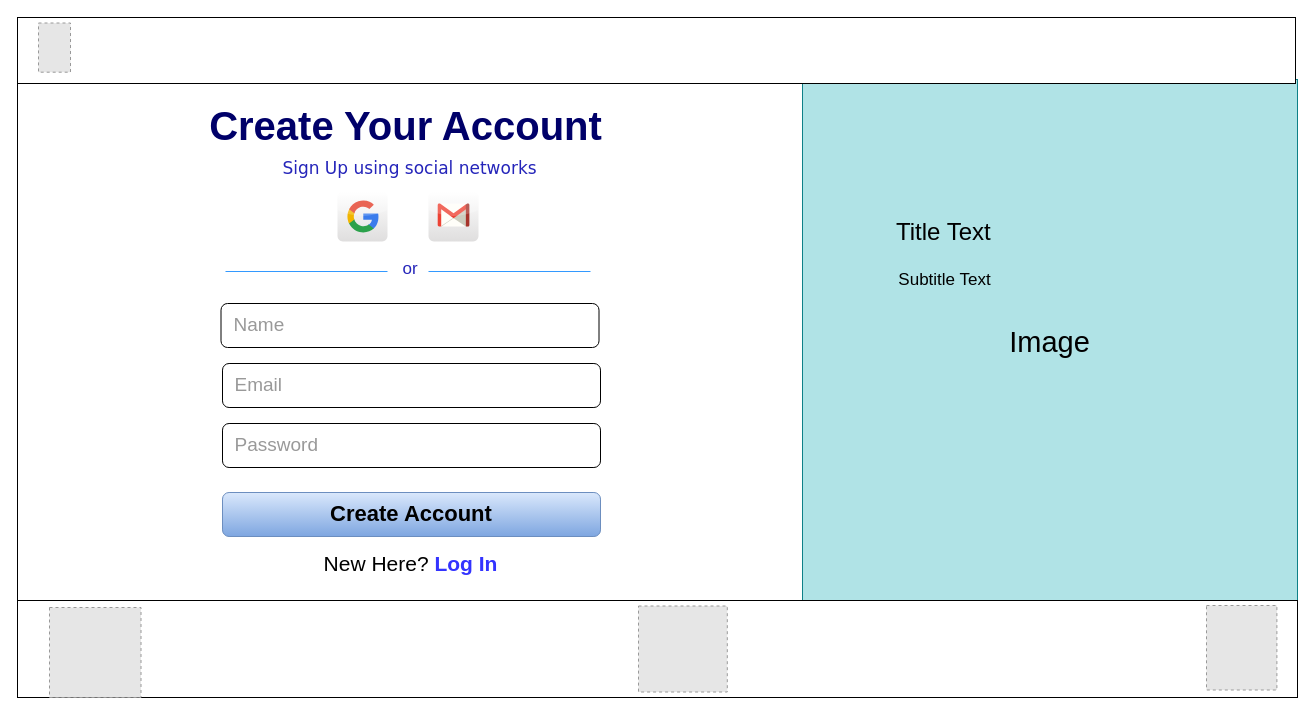
Above: page "Register" (1 of 6) of Wireframes.drawio in ayushi1719/ecommerce (draw.io), before the change. Source tidied: cells renumbered, new cells numbered last; positions are measured from the earlier drawing's top-left corner, leaving out a move shared by most shapes. Both pictures are drawn from the tidied source at 100%, with x=0, y=0 at pixel (17, 17). Pictures stored in the file or linked from it are replaced by grey dashed boxes.
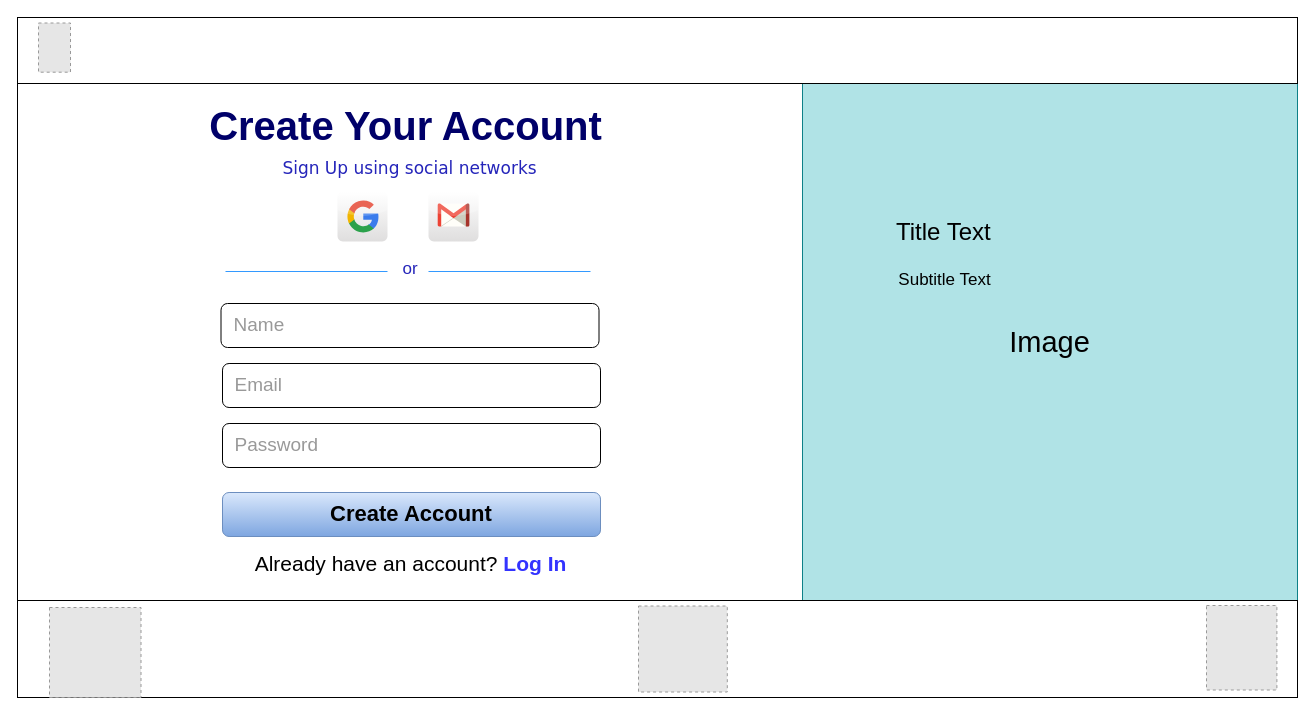
The same page after the edit.

The edit, as a diff of the source:
```diff
@@
     <mxCell id="5" style="rounded=0;whiteSpace=wrap;html=1;" parent="1" vertex="1">
-      <mxGeometry width="1278" height="66" as="geometry" />
+      <mxGeometry width="1280" height="66" as="geometry" />
     </mxCell>
@@
-    <mxCell id="16" value="&lt;font style=&quot;font-size: 21px;&quot;&gt;New Here?&lt;/font&gt;&lt;font color=&quot;#3333ff&quot; style=&quot;font-size: 21px;&quot;&gt;&amp;nbsp;&lt;b&gt;Log&amp;nbsp;In&lt;/b&gt;&lt;/font&gt;" style="text;strokeColor=none;align=center;fillColor=none;html=1;verticalAlign=middle;whiteSpace=wrap;rounded=0;" parent="1" vertex="1">
+    <mxCell id="16" value="&lt;font style=&quot;font-size: 21px;&quot;&gt;Already have an account?&lt;/font&gt;&lt;font color=&quot;#3333ff&quot; style=&quot;font-size: 21px;&quot;&gt;&amp;nbsp;&lt;b&gt;Log&amp;nbsp;In&lt;/b&gt;&lt;/font&gt;" style="text;strokeColor=none;align=center;fillColor=none;html=1;verticalAlign=middle;whiteSpace=wrap;rounded=0;" parent="1" vertex="1">
       <mxGeometry x="205" y="528" width="376.5" height="36" as="geometry" />
     </mxCell>
```
